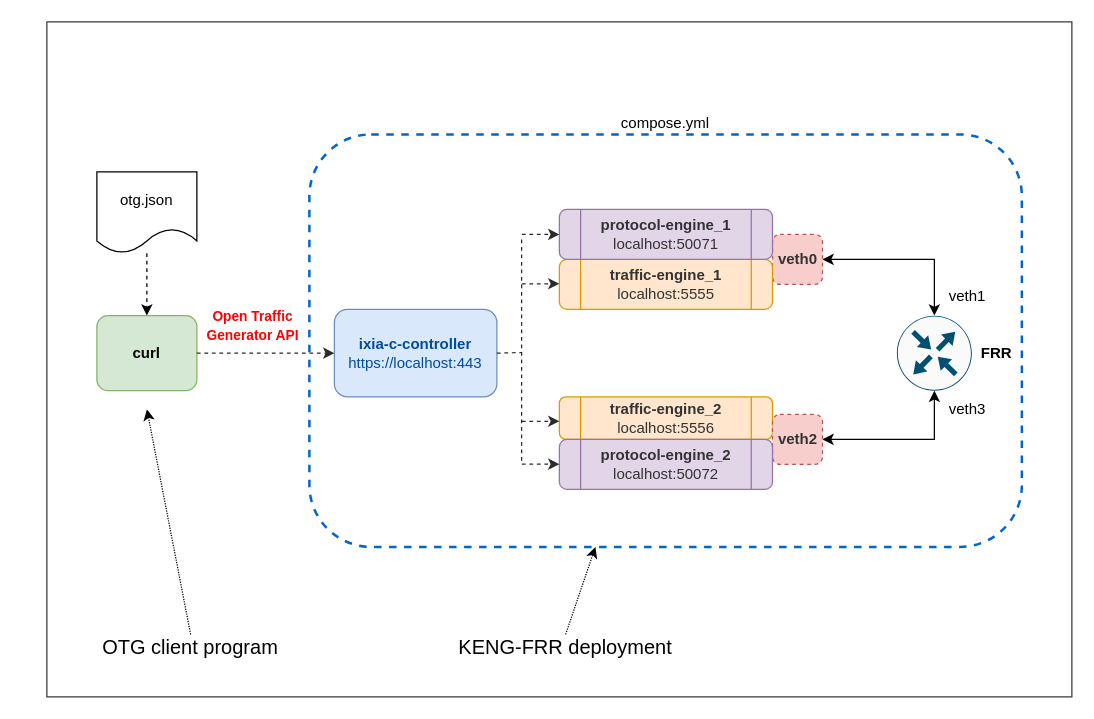
open-traffic-generator/otg-examples keeps this draw.io diagram as page "cpdp-frr" (5 of 7) of drawio/otg-examples.drawio. Above is the earlier version. Source tidied: cells renumbered, new cells numbered last; positions are measured from the earlier drawing's top-left corner, leaving out a move shared by most shapes. Both pictures are drawn from the tidied source at 125%, with x=0, y=0 at pixel (21, 21).
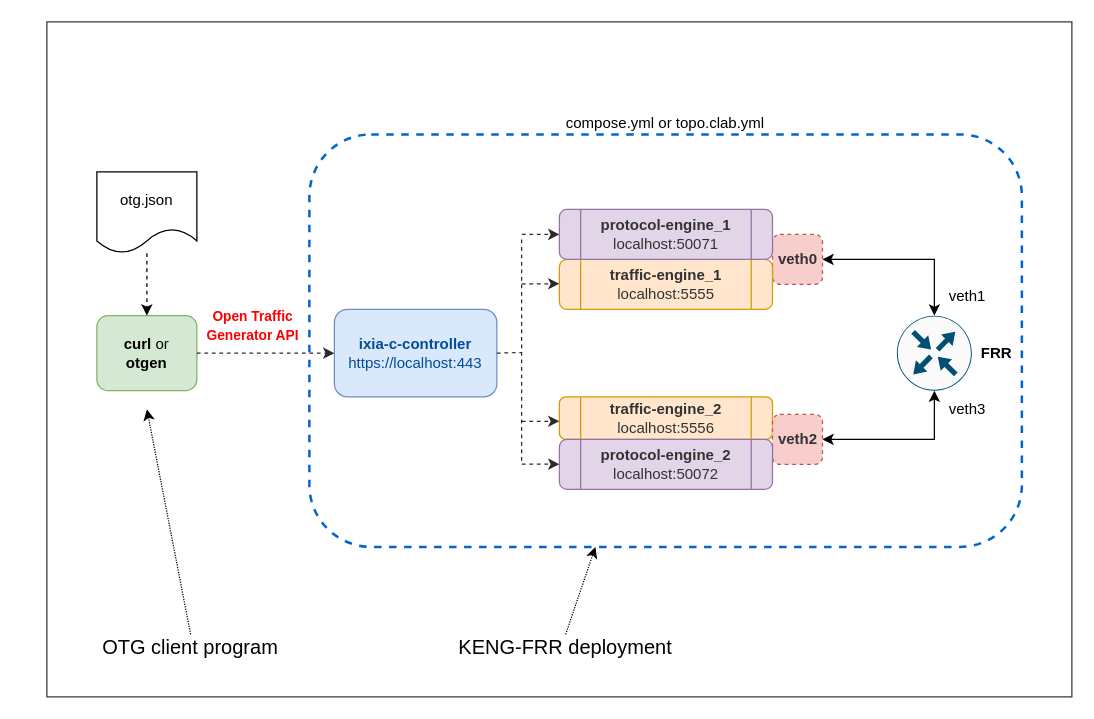
The same page after the edit.

Commit message (it also covers changes not shown here):
documented clab and otgen steps

Diff of the diagram source:
```diff
@@
-    <mxCell id="4" style="rounded=1;whiteSpace=wrap;html=1;fillColor=#d5e8d4;strokeColor=#82b366;" parent="1" vertex="1">
+    <mxCell id="4" value="&amp;nbsp;" style="rounded=1;whiteSpace=wrap;html=1;fillColor=#d5e8d4;strokeColor=#82b366;" parent="1" vertex="1">
       <mxGeometry x="60" y="235" width="80" height="60" as="geometry" />
     </mxCell>
-    <mxCell id="5" value="compose.yml" style="rounded=1;whiteSpace=wrap;html=1;strokeWidth=2;dashed=1;strokeColor=#0066CC;fillColor=none;labelPosition=center;verticalLabelPosition=top;align=center;verticalAlign=bottom;" parent="1" vertex="1">
+    <mxCell id="5" value="compose.yml or topo.clab.yml" style="rounded=1;whiteSpace=wrap;html=1;strokeWidth=2;dashed=1;strokeColor=#0066CC;fillColor=none;labelPosition=center;verticalLabelPosition=top;align=center;verticalAlign=bottom;" parent="1" vertex="1">
       <mxGeometry x="230" y="90" width="570" height="330" as="geometry" />
     </mxCell>
@@
-    <mxCell id="9" value="&lt;font&gt;&lt;b&gt;curl&lt;br&gt;&lt;/b&gt;&lt;/font&gt;" style="text;html=1;strokeColor=none;fillColor=none;align=center;verticalAlign=middle;whiteSpace=wrap;rounded=0;fontColor=#000000;" parent="1" vertex="1">
+    <mxCell id="9" value="&lt;font&gt;&lt;b&gt;curl &lt;/b&gt;or&lt;b&gt; otgen&lt;br&gt;&lt;/b&gt;&lt;/font&gt;" style="text;html=1;strokeColor=none;fillColor=none;align=center;verticalAlign=middle;whiteSpace=wrap;rounded=0;fontColor=#000000;" parent="1" vertex="1">
       <mxGeometry x="80" y="255" width="40" height="20" as="geometry" />
     </mxCell>
```
